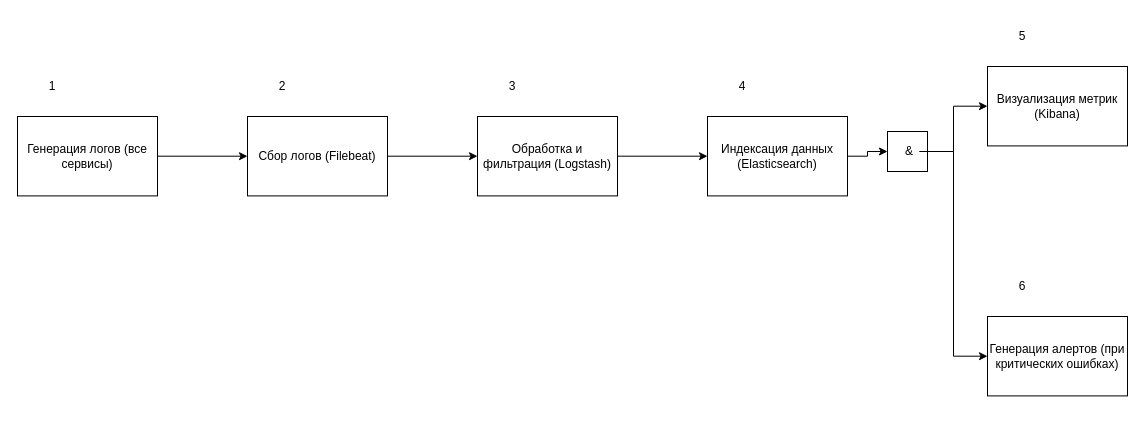
Edisheri/system-engineering-playbook keeps this draw.io diagram as diagrams-codes/IDEF3_P4.drawio. Above is the earlier version. Source tidied: cells renumbered, new cells numbered last; positions are measured from the earlier drawing's top-left corner, leaving out a move shared by most shapes. Both pictures are drawn from the tidied source at 100%, with x=0, y=0 at pixel (17, 16).
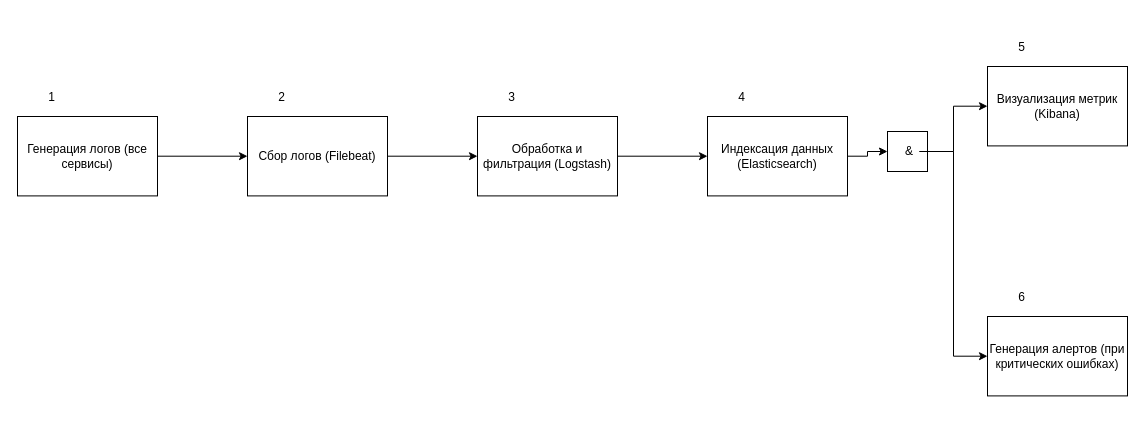
The same page after the edit.

The change refers to these unchanged cells:
```xml
<mxCell id="2" style="group;" parent="1" vertex="1">
  <mxGeometry y="100" width="140" height="100" as="geometry" />
</mxCell>
<mxCell id="5" style="group;" parent="1" vertex="1">
  <mxGeometry x="230" y="100" width="140" height="100" as="geometry" />
</mxCell>
<mxCell id="8" style="group;" parent="1" vertex="1">
  <mxGeometry x="460" y="100" width="140" height="100" as="geometry" />
</mxCell>
<mxCell id="11" style="group;" parent="1" vertex="1">
  <mxGeometry x="690" y="100" width="140" height="100" as="geometry" />
</mxCell>
<mxCell id="17" style="group;" parent="1" vertex="1">
  <mxGeometry x="970" y="50" width="140" height="100" as="geometry" />
</mxCell>
<mxCell id="20" style="group;" parent="1" vertex="1">
  <mxGeometry x="970" y="300" width="140" height="90" as="geometry" />
</mxCell>
```

The edit, as a diff of the source:
```diff
@@
-    <mxCell id="4" value="1" style="text;html=1;align=center;verticalAlign=middle;whiteSpace=wrap;rounded=0;" parent="2" vertex="1">
-      <mxGeometry y="-49.7" width="70" height="39.7" as="geometry" />
+    <mxCell id="4" value="1" style="text;html=1;align=right;verticalAlign=bottom;whiteSpace=wrap;rounded=0;" parent="2" vertex="1">
+      <mxGeometry y="-49.7" width="40" height="39.7" as="geometry" />
     </mxCell>
@@
-    <mxCell id="7" value="2" style="text;html=1;align=center;verticalAlign=middle;whiteSpace=wrap;rounded=0;" parent="5" vertex="1">
-      <mxGeometry y="-49.7" width="70" height="39.7" as="geometry" />
+    <mxCell id="7" value="2" style="text;html=1;align=right;verticalAlign=bottom;whiteSpace=wrap;rounded=0;" parent="5" vertex="1">
+      <mxGeometry y="-49.7" width="40" height="39.7" as="geometry" />
     </mxCell>
@@
-    <mxCell id="10" value="3" style="text;html=1;align=center;verticalAlign=middle;whiteSpace=wrap;rounded=0;" parent="8" vertex="1">
-      <mxGeometry y="-49.7" width="70" height="39.7" as="geometry" />
+    <mxCell id="10" value="3" style="text;html=1;align=right;verticalAlign=bottom;whiteSpace=wrap;rounded=0;" parent="8" vertex="1">
+      <mxGeometry y="-49.7" width="40" height="39.7" as="geometry" />
     </mxCell>
@@
-    <mxCell id="13" value="4" style="text;html=1;align=center;verticalAlign=middle;whiteSpace=wrap;rounded=0;" parent="11" vertex="1">
-      <mxGeometry y="-49.7" width="70" height="39.7" as="geometry" />
+    <mxCell id="13" value="4" style="text;html=1;align=right;verticalAlign=bottom;whiteSpace=wrap;rounded=0;" parent="11" vertex="1">
+      <mxGeometry y="-49.7" width="40" height="39.7" as="geometry" />
     </mxCell>
@@
-    <mxCell id="19" value="5" style="text;html=1;align=center;verticalAlign=middle;whiteSpace=wrap;rounded=0;" parent="17" vertex="1">
-      <mxGeometry y="-49.7" width="70" height="39.7" as="geometry" />
+    <mxCell id="19" value="5" style="text;html=1;align=right;verticalAlign=bottom;whiteSpace=wrap;rounded=0;" parent="17" vertex="1">
+      <mxGeometry y="-49.7" width="40" height="39.7" as="geometry" />
     </mxCell>
@@
-    <mxCell id="22" value="6" style="text;html=1;align=center;verticalAlign=middle;whiteSpace=wrap;rounded=0;" parent="20" vertex="1">
-      <mxGeometry y="-49.7" width="70" height="39.7" as="geometry" />
+    <mxCell id="22" value="6" style="text;html=1;align=right;verticalAlign=bottom;whiteSpace=wrap;rounded=0;" parent="20" vertex="1">
+      <mxGeometry y="-49.7" width="40" height="39.7" as="geometry" />
     </mxCell>
```
